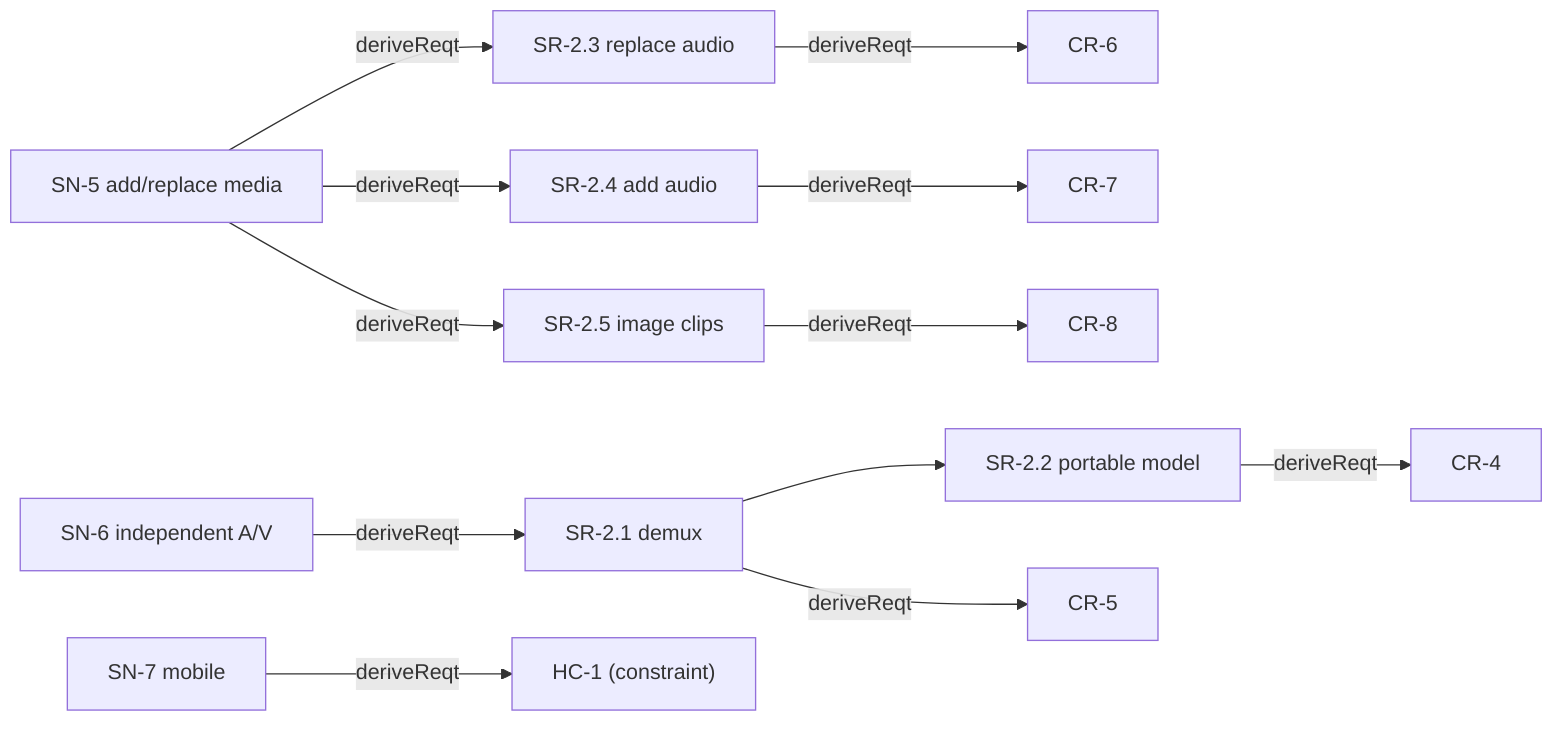
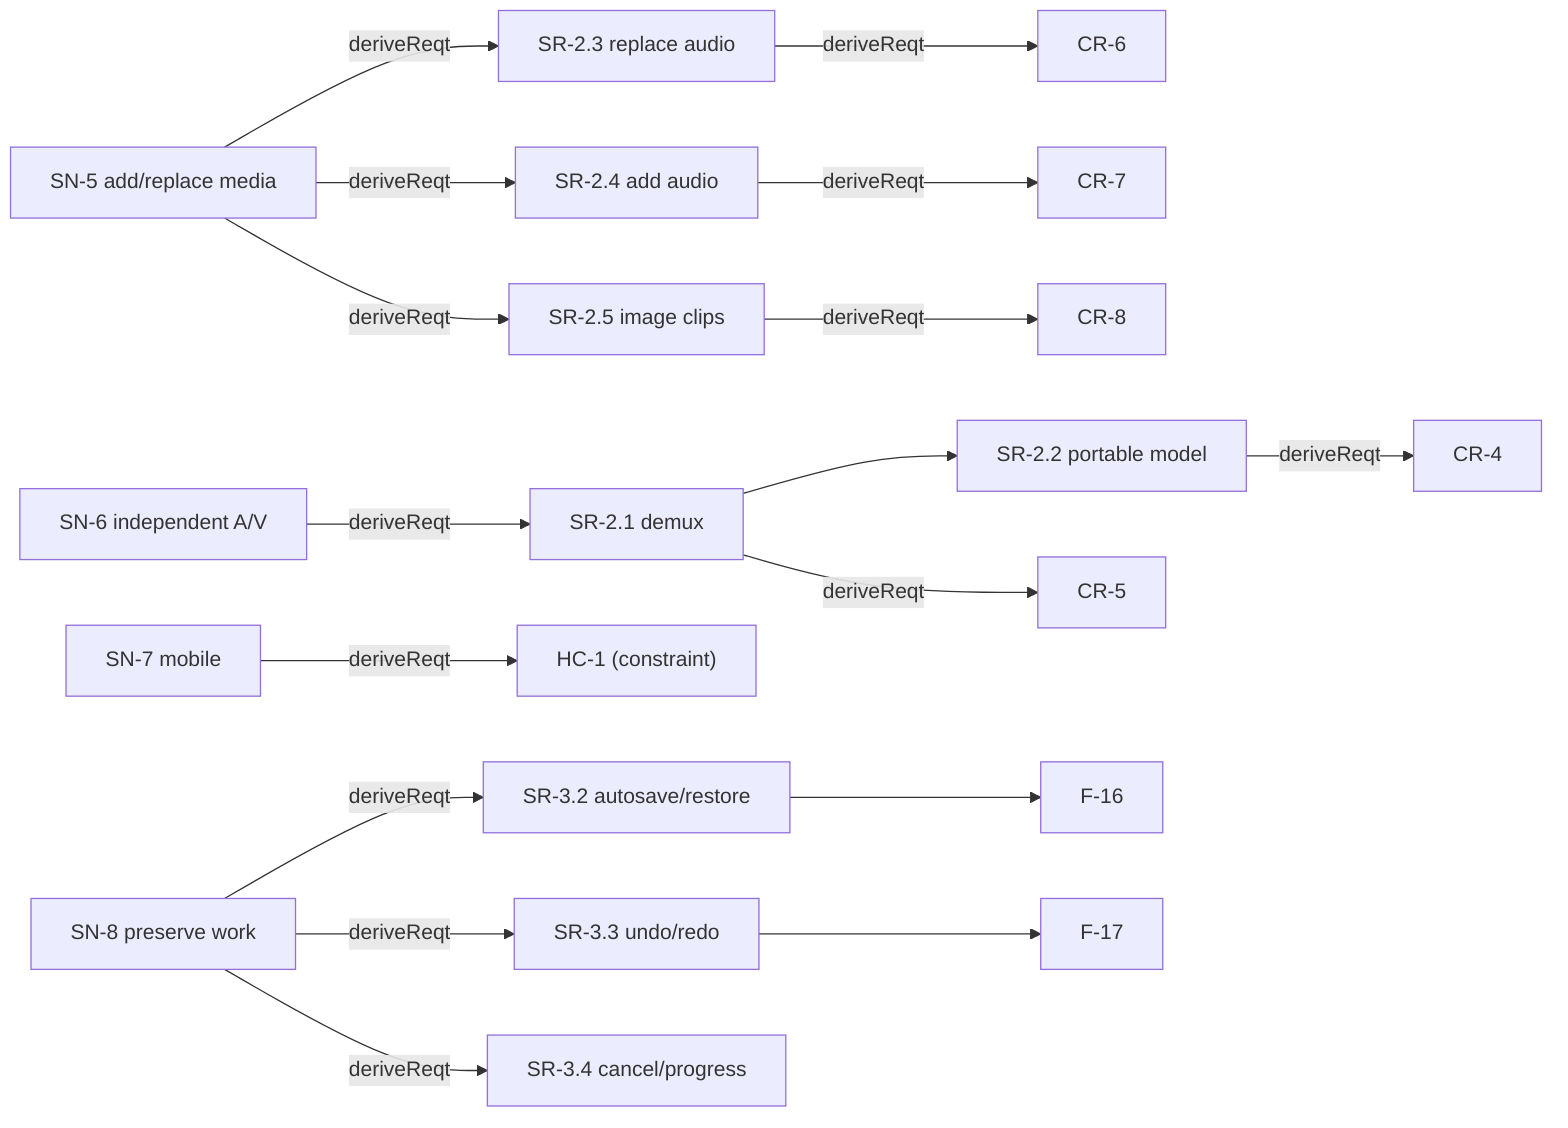
flowchart LR
  SN5["SN-5 add/replace media"] -->|deriveReqt| SR23["SR-2.3 replace audio"]
  SN5 -->|deriveReqt| SR24["SR-2.4 add audio"]
  SN5 -->|deriveReqt| SR25["SR-2.5 image clips"]
  SN6["SN-6 independent A/V"] -->|deriveReqt| SR21["SR-2.1 demux"] --> SR22["SR-2.2 portable model"]
  SR23 -->|deriveReqt| CR6["CR-6"]; SR24 -->|deriveReqt| CR7["CR-7"]
  SR25 -->|deriveReqt| CR8["CR-8"]; SR21 -->|deriveReqt| CR5["CR-5"]; SR22 -->|deriveReqt| CR4["CR-4"]
  SN7["SN-7 mobile"] -->|deriveReqt| HC1["HC-1 (constraint)"]
+   SN8["SN-8 preserve work"] -->|deriveReqt| SR32["SR-3.2 autosave/restore"]
+   SN8 -->|deriveReqt| SR33["SR-3.3 undo/redo"] --> F17["F-17"]
+   SN8 -->|deriveReqt| SR34["SR-3.4 cancel/progress"]
+   SR32 --> F16["F-16"]
